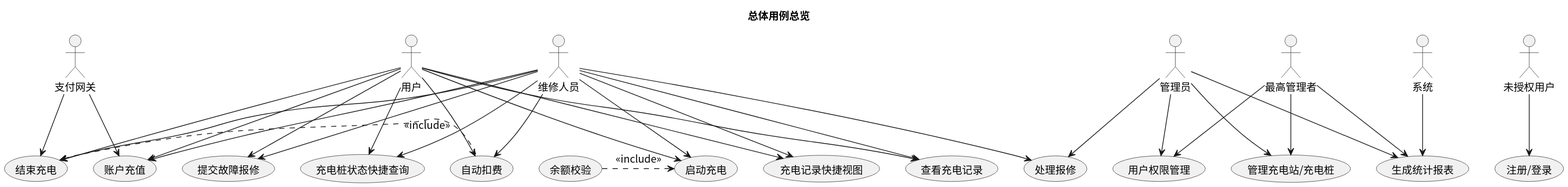
The PlantUML diagram usecase/docs/overview/img/usecase_overall.svg in greenhandzdl/charging-station-doc, before a commit.
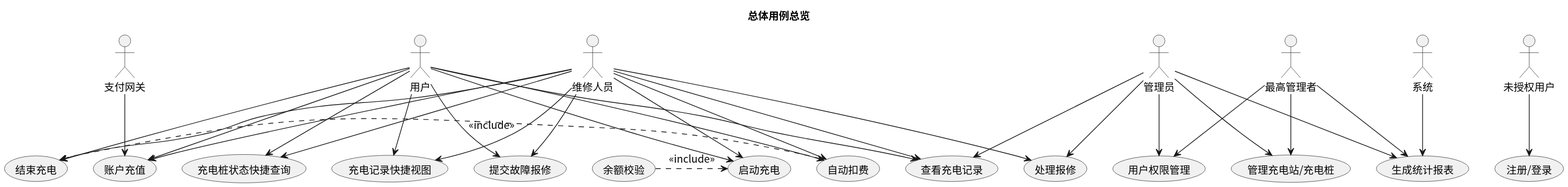
Above is the later version.

What changed in the source:
```diff
@@ -50,6 +50,7 @@
 
 A --> MM
 A --> PM
+A --> VCR
 A --> HR
 A --> GS
 SA --> MM
@@ -57,7 +58,6 @@
 SA --> GS
 
 P --> RA
-P --> EC
 S --> GS
 
 SC <.left. BAL : <<include>>
```
